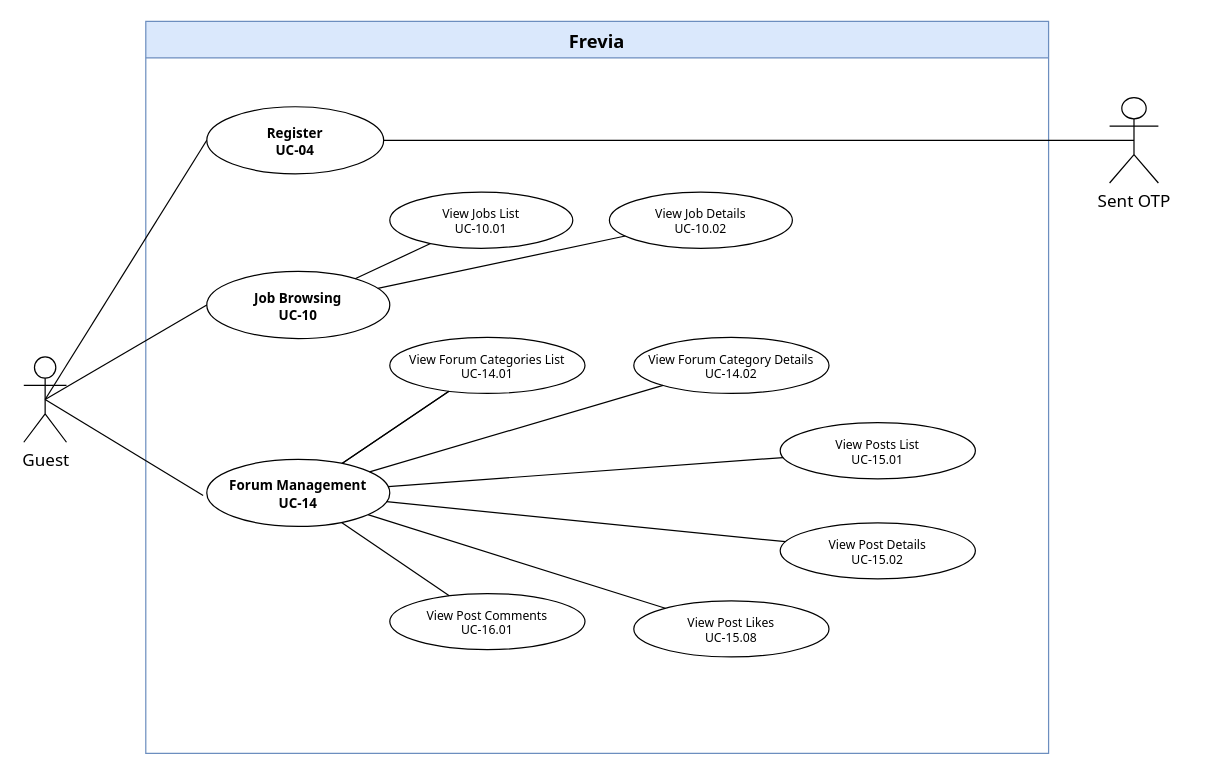
The draw.io diagram uc-diagrams/Guest.drawio in Thunggg/Frevia, before the edit. Source tidied: cells renumbered, new cells numbered last; positions are measured from the earlier drawing's top-left corner, leaving out a move shared by most shapes. Both pictures are drawn from the tidied source at 122%, with x=0, y=0 at pixel (23, 21).
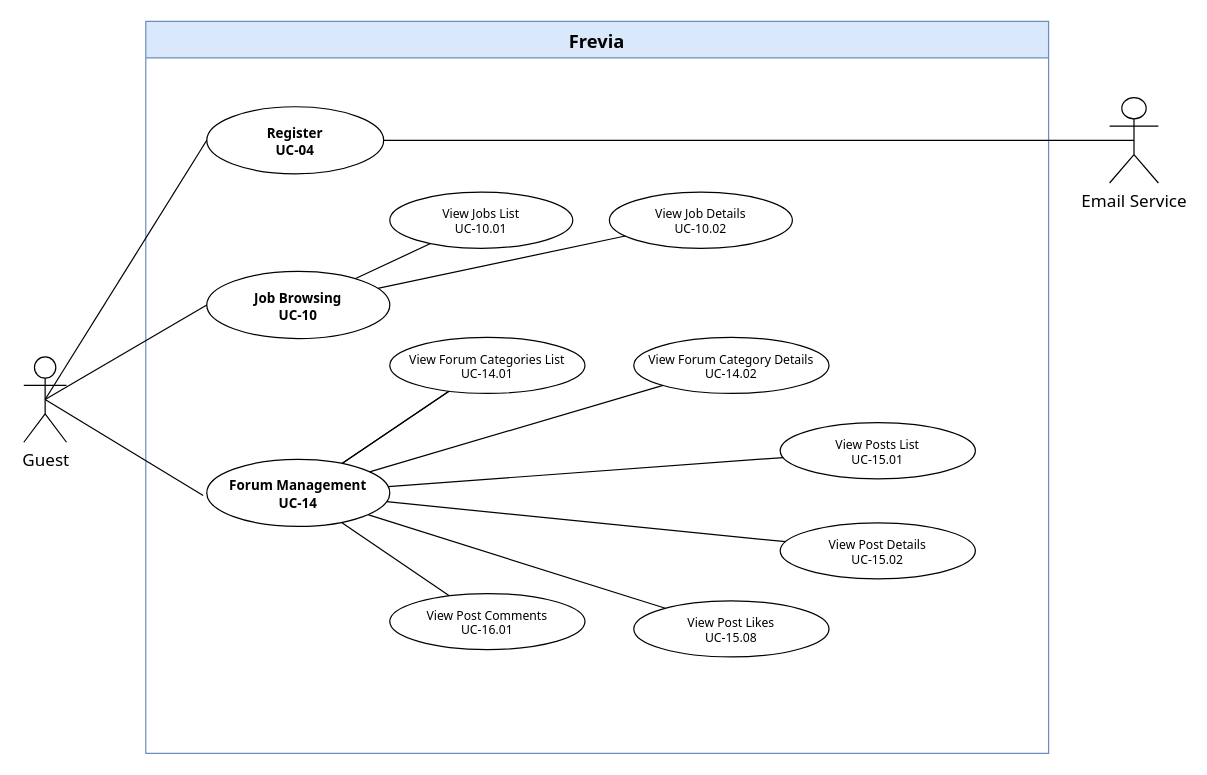
After the change.

The edit, as a diff of the source:
```diff
@@
-    <mxCell id="27" value="Sent OTP" style="shape=umlActor;verticalLabelPosition=bottom;verticalAlign=top;html=1;outlineConnect=0;fontSize=14;fontFamily=Tahoma;" parent="1" vertex="1">
+    <mxCell id="27" value="Email Service" style="shape=umlActor;verticalLabelPosition=bottom;verticalAlign=top;html=1;outlineConnect=0;fontSize=14;fontFamily=Tahoma;" parent="1" vertex="1">
       <mxGeometry x="890" y="62.5" width="40" height="70" as="geometry" />
     </mxCell>
```
